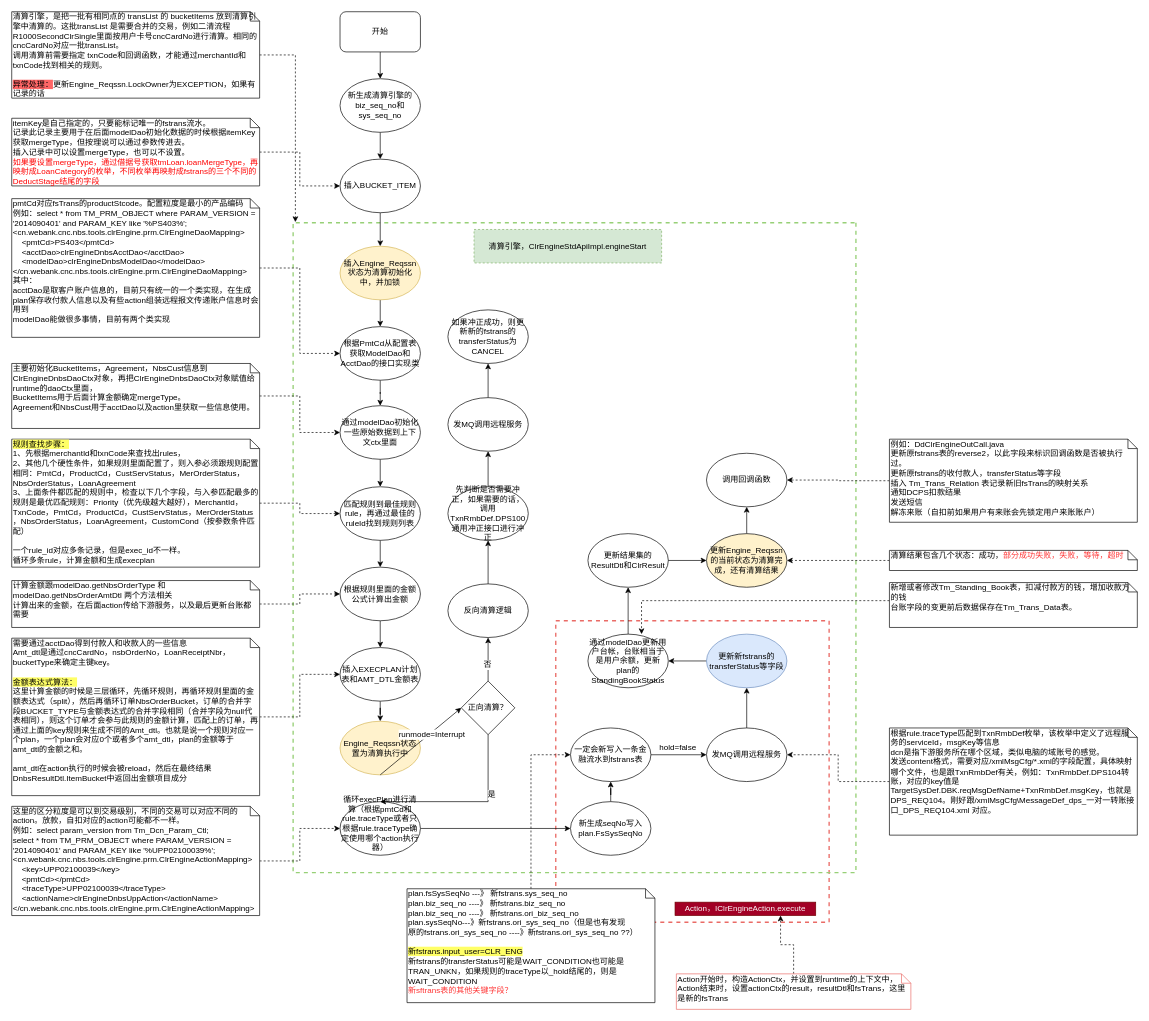
Earlier version of the draw.io diagram 清算引擎.drawio (staconfree/design). Source tidied: cells renumbered, new cells numbered last; positions are measured from the earlier drawing's top-left corner, leaving out a move shared by most shapes. Both pictures are drawn from the tidied source at 67%, with x=0, y=0 at pixel (11, 11).
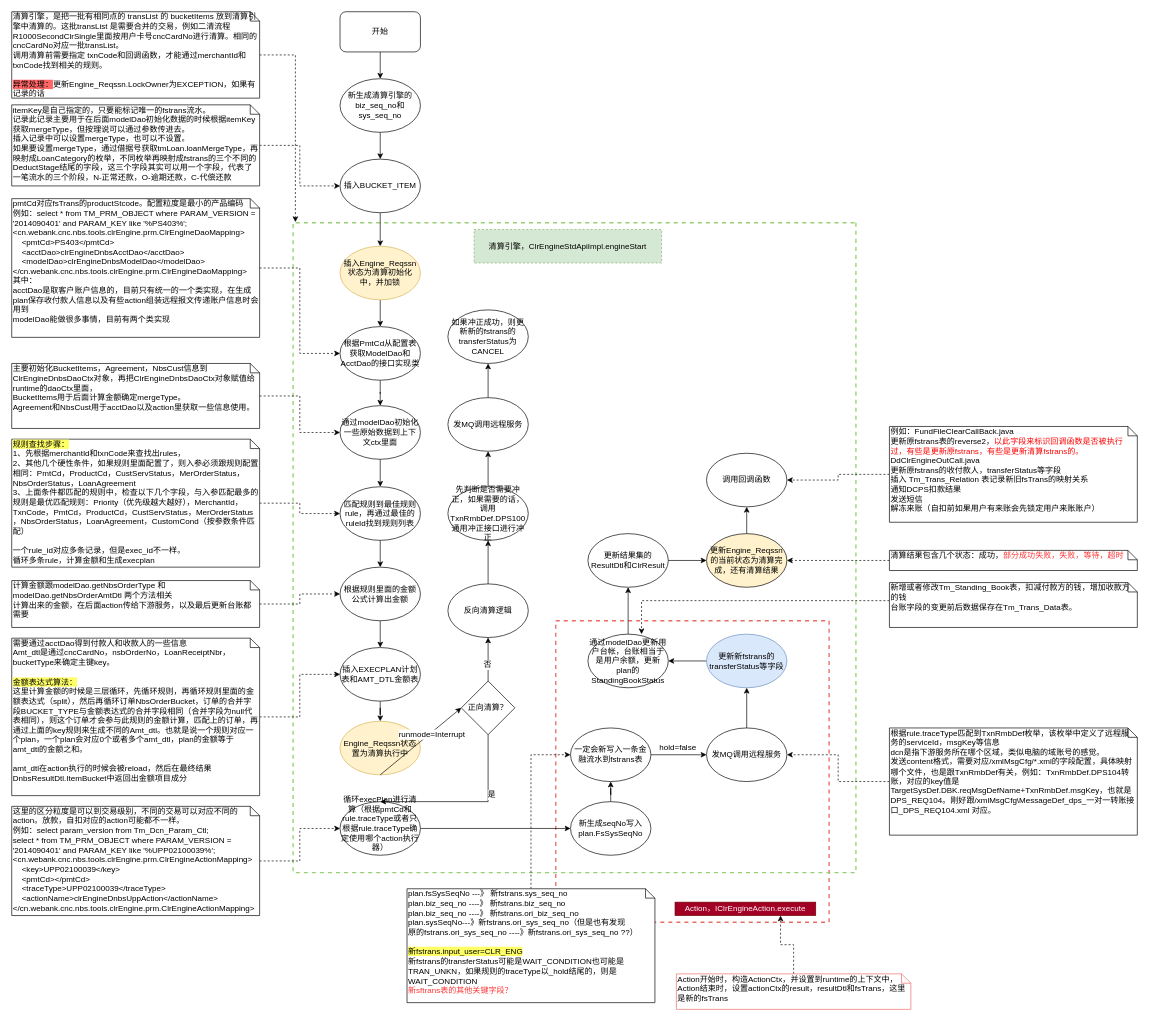
Above is the later version.

Commit message:
更新清算引擎.drawio

The edit, as a diff of the source:
```diff
@@
-    <mxCell id="71" value="&lt;div&gt;itemKey是自己指定的，只要能标记唯一的fstrans流水。&lt;/div&gt;&lt;div&gt;记录此记录主要用于在后面modelDao初始化数据的时候根据itemKey获取mergeType，但按理说可以通过参数传进去。&lt;br&gt;&lt;/div&gt;&lt;div&gt;插入记录中可以设置mergeType，也可以不设置。&lt;/div&gt;&lt;div&gt;&lt;font color=&quot;#FF0000&quot;&gt;如果要设置mergeType，通过借据号获取tmLoan.loanMergeType，再映射成LoanCategory的枚举，不同枚举再映射成fstrans的三个不同的DeductStage结尾的字段&lt;/font&gt;&lt;br&gt;&lt;/div&gt;" style="shape=note;whiteSpace=wrap;html=1;size=14;verticalAlign=top;align=left;spacingTop=-6;" parent="1" vertex="1">
-      <mxGeometry y="159" width="370" height="101" as="geometry" />
+    <mxCell id="71" value="&lt;div&gt;itemKey是自己指定的，只要能标记唯一的fstrans流水。&lt;/div&gt;&lt;div&gt;记录此记录主要用于在后面modelDao初始化数据的时候根据itemKey获取mergeType，但按理说可以通过参数传进去。&lt;br&gt;&lt;/div&gt;&lt;div&gt;插入记录中可以设置mergeType，也可以不设置。&lt;/div&gt;&lt;div&gt;如果要设置mergeType，通过借据号获取tmLoan.loanMergeType，再映射成LoanCategory的枚举，不同枚举再映射成fstrans的三个不同的DeductStage结尾的字段，这三个字段其实可以用一个字段，代表了一笔流水的三个阶段，N-正常还款，O-逾期还款，C-代偿还款&lt;br&gt;&lt;/div&gt;" style="shape=note;whiteSpace=wrap;html=1;size=14;verticalAlign=top;align=left;spacingTop=-6;" parent="1" vertex="1">
+      <mxGeometry y="139" width="370" height="121" as="geometry" />
     </mxCell>
@@
-    <mxCell id="84" value="&lt;div&gt;例如：DdClrEngineOutCall.java&lt;/div&gt;&lt;div&gt;更新原fstrans表的reverse2，以此字段来标识回调函数是否被执行过。&lt;br&gt;更新原fstrans的收付款人，transferStatus等字段&lt;br&gt;插入 Tm_Trans_Relation 表记录新旧fsTrans的映射关系&lt;/div&gt;&lt;div&gt;通知DCPS扣款结果&lt;/div&gt;&lt;div&gt;发送短信&lt;br&gt;解冻来账（自扣前如果用户有来账会先锁定用户来账账户）&lt;br&gt;&lt;/div&gt;" style="shape=note;whiteSpace=wrap;html=1;size=14;verticalAlign=top;align=left;spacingTop=-6;" parent="1" vertex="1">
-      <mxGeometry x="1310" y="638" width="370" height="124" as="geometry" />
+    <mxCell id="84" value="&lt;div&gt;例如：FundFileClearCallBack.java&lt;/div&gt;&lt;div&gt;更新原fstrans表的reverse2，&lt;font color=&quot;#FF0000&quot;&gt;以此字段来标识回调函数是否被执行过，有些是更新原fstrans，有些是更新清算fstrans的。&lt;/font&gt;&lt;/div&gt;&lt;div&gt;DdClrEngineOutCall.java&lt;/div&gt;&lt;div&gt;更新原fstrans的收付款人，transferStatus等字段&lt;br&gt;插入 Tm_Trans_Relation 表记录新旧fsTrans的映射关系&lt;/div&gt;&lt;div&gt;通知DCPS扣款结果&lt;/div&gt;&lt;div&gt;发送短信&lt;br&gt;解冻来账（自扣前如果用户有来账会先锁定用户来账账户）&lt;br&gt;&lt;/div&gt;" style="shape=note;whiteSpace=wrap;html=1;size=14;verticalAlign=top;align=left;spacingTop=-6;" parent="1" vertex="1">
+      <mxGeometry x="1310" y="619" width="370" height="143" as="geometry" />
     </mxCell>
```
